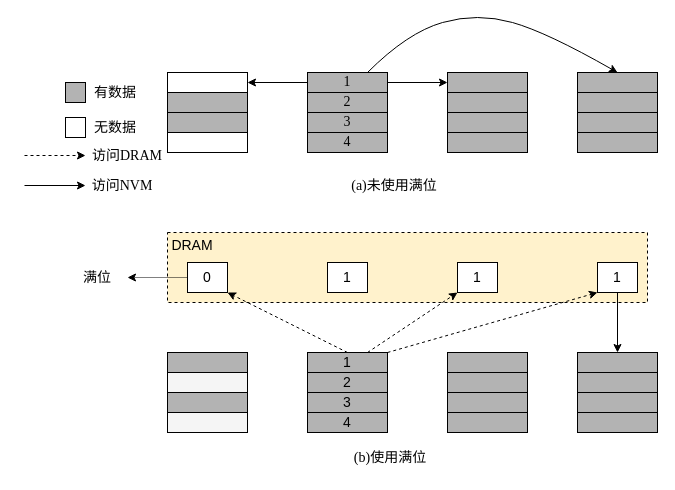
Earlier version of the draw.io diagram page "使用满位与不使用" (5 of 18) of 毕业论文.drawio (HustDsy/Picture). Source tidied: cells renumbered, new cells numbered last; positions are measured from the earlier drawing's top-left corner, leaving out a move shared by most shapes. Both pictures are drawn from the tidied source at 100%, with x=0, y=0 at pixel (24, 12).
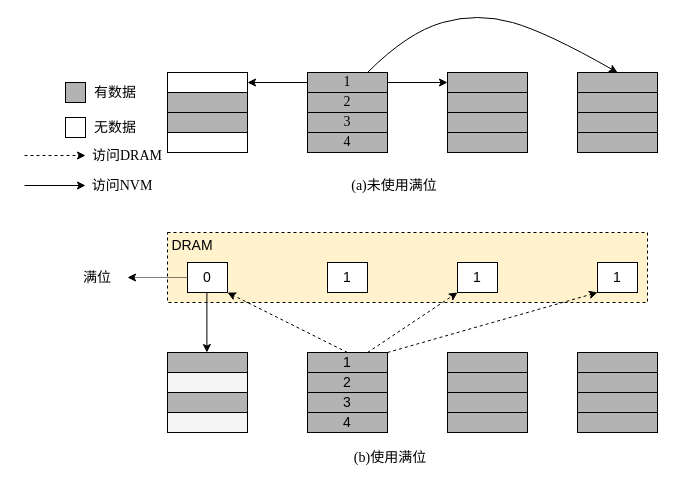
The same diagram, later.

The change refers to these unchanged cells:
```xml
<mxCell id="28" value="1" style="rounded=0;whiteSpace=wrap;html=1;fontSize=14;" parent="1" vertex="1">
  <mxGeometry x="573" y="250" width="40" height="30" as="geometry" />
</mxCell>
<mxCell id="38" style="rounded=0;whiteSpace=wrap;html=1;strokeColor=#000000;fillColor=#B3B3B3;fontSize=14;" parent="1" vertex="1">
  <mxGeometry x="553" y="340" width="80" height="20" as="geometry" />
</mxCell>
```

Change to the diagram source:
```diff
@@
-    <mxCell id="27" style="edgeStyle=none;jettySize=auto;html=1;exitX=0.5;exitY=1;exitDx=0;exitDy=0;entryX=0.5;entryY=0;entryDx=0;entryDy=0;fontSize=14;" parent="1" edge="1" source="28" target="38">
-      <mxGeometry relative="1" as="geometry" />
+    <mxCell id="27" style="edgeStyle=none;orthogonalLoop=1;jettySize=auto;html=1;exitX=0.5;exitY=1;exitDx=0;exitDy=0;entryX=0.5;entryY=0;entryDx=0;entryDy=0;fontSize=14;" parent="1" edge="1">
+      <mxGeometry relative="1" as="geometry">
+        <mxPoint x="182.4" y="280" as="sourcePoint" />
+        <mxPoint x="182.4" y="340" as="targetPoint" />
+      </mxGeometry>
     </mxCell>
```
